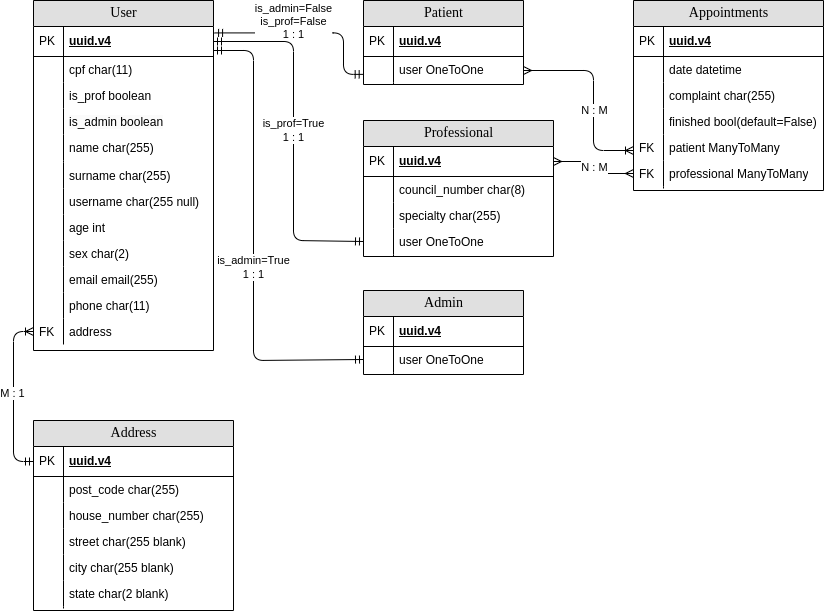
The draw.io diagram kenzie_doc_django.drawio.png in AndreKuratomi/kenzie_doc_django, before a commit. Source tidied: cells renumbered, new cells last; positions are measured from the earlier drawing's top-left corner, leaving out a move shared by most shapes.
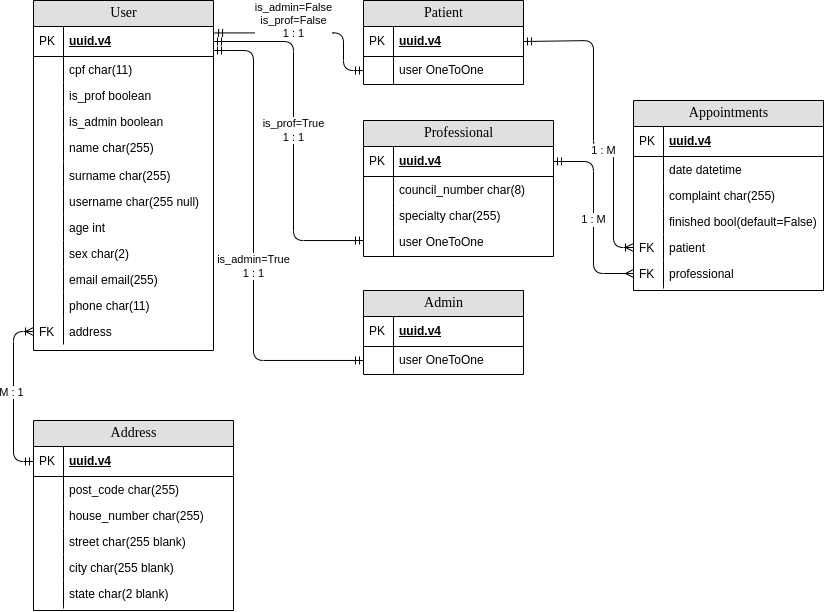
Later version of the same file.

Commit message:
docs: diagram updated. relationships with appointments updated for one to many.

Diff of the diagram source:
```diff
@@ -167,7 +167,7 @@
       <mxGeometry width="30" height="2" as="geometry" />
     </mxCell>
     <mxCell id="56" value="Appointments" style="swimlane;html=1;fontStyle=0;horizontal=1;startSize=26;fillColor=#e0e0e0;swimlaneFillColor=#ffffff;align=center;rounded=0;shadow=0;comic=0;labelBackgroundColor=none;strokeWidth=1;fontFamily=Verdana;fontSize=14;" parent="1" vertex="1">
-      <mxGeometry x="600" width="190" height="190" as="geometry" />
+      <mxGeometry x="600" y="100" width="190" height="190" as="geometry" />
     </mxCell>
     <mxCell id="57" value="uuid.v4" style="shape=partialRectangle;top=0;left=0;right=0;bottom=1;html=1;align=left;verticalAlign=middle;fillColor=none;spacingLeft=34;spacingRight=4;whiteSpace=wrap;overflow=hidden;fontStyle=5;" parent="56" vertex="1">
       <mxGeometry y="26" width="190" height="30" as="geometry" />
@@ -193,13 +193,13 @@
     <mxCell id="64" style="shape=partialRectangle;top=0;left=0;bottom=0;html=1;fillColor=none;align=left;verticalAlign=top;spacingLeft=4;spacingRight=4;whiteSpace=wrap;overflow=hidden;" parent="63" vertex="1">
       <mxGeometry width="30" height="26" as="geometry" />
     </mxCell>
-    <mxCell id="65" value="patient ManyToMany" style="shape=partialRectangle;top=0;left=0;right=0;bottom=0;html=1;align=left;verticalAlign=top;fillColor=none;spacingLeft=34;spacingRight=4;whiteSpace=wrap;overflow=hidden;points=[[0,0.5],[1,0.5]];portConstraint=eastwest;" parent="56" vertex="1">
+    <mxCell id="65" value="patient" style="shape=partialRectangle;top=0;left=0;right=0;bottom=0;html=1;align=left;verticalAlign=top;fillColor=none;spacingLeft=34;spacingRight=4;whiteSpace=wrap;overflow=hidden;points=[[0,0.5],[1,0.5]];portConstraint=eastwest;" parent="56" vertex="1">
       <mxGeometry y="134" width="190" height="26" as="geometry" />
     </mxCell>
     <mxCell id="66" value="FK" style="shape=partialRectangle;top=0;left=0;bottom=0;html=1;fillColor=none;align=left;verticalAlign=top;spacingLeft=4;spacingRight=4;whiteSpace=wrap;overflow=hidden;" parent="65" vertex="1">
       <mxGeometry width="30" height="26" as="geometry" />
     </mxCell>
-    <mxCell id="67" value="professional&amp;nbsp;ManyToMany" style="shape=partialRectangle;top=0;left=0;right=0;bottom=0;html=1;align=left;verticalAlign=top;fillColor=none;spacingLeft=34;spacingRight=4;whiteSpace=wrap;overflow=hidden;points=[[0,0.5],[1,0.5]];portConstraint=eastwest;" parent="56" vertex="1">
+    <mxCell id="67" value="professional" style="shape=partialRectangle;top=0;left=0;right=0;bottom=0;html=1;align=left;verticalAlign=top;fillColor=none;spacingLeft=34;spacingRight=4;whiteSpace=wrap;overflow=hidden;points=[[0,0.5],[1,0.5]];portConstraint=eastwest;" parent="56" vertex="1">
       <mxGeometry y="160" width="190" height="26" as="geometry" />
     </mxCell>
     <mxCell id="68" value="FK" style="shape=partialRectangle;top=0;left=0;bottom=0;html=1;fillColor=none;align=left;verticalAlign=top;spacingLeft=4;spacingRight=4;whiteSpace=wrap;overflow=hidden;" parent="67" vertex="1">
@@ -211,15 +211,15 @@
     <mxCell id="70" style="shape=partialRectangle;top=0;left=0;bottom=0;html=1;fillColor=none;align=left;verticalAlign=top;spacingLeft=4;spacingRight=4;whiteSpace=wrap;overflow=hidden;" parent="69" vertex="1">
       <mxGeometry width="30" height="2" as="geometry" />
     </mxCell>
-    <mxCell id="71" style="edgeStyle=orthogonalEdgeStyle;rounded=1;jettySize=auto;html=1;exitX=1;exitY=0.5;exitDx=0;exitDy=0;entryX=0;entryY=0.5;entryDx=0;entryDy=0;curved=0;endArrow=ERmany;endFill=0;startArrow=ERmany;startFill=0;" parent="1" edge="1" source="39" target="67">
+    <mxCell id="71" style="edgeStyle=orthogonalEdgeStyle;rounded=1;jettySize=auto;html=1;exitX=1;exitY=0.5;exitDx=0;exitDy=0;entryX=0;entryY=0.5;entryDx=0;entryDy=0;curved=0;endArrow=ERmany;endFill=0;startArrow=ERmandOne;startFill=0;" parent="1" edge="1" source="39" target="67">
       <mxGeometry relative="1" as="geometry" />
     </mxCell>
     <mxCell id="72" value="Text" style="edgeLabel;html=1;align=center;verticalAlign=middle;" parent="71" vertex="1">
       <mxGeometry x="0.02" y="-2" relative="1" as="geometry" />
     </mxCell>
-    <mxCell id="73" value="N : M" style="edgeLabel;html=1;align=center;verticalAlign=middle;" parent="71" vertex="1">
+    <mxCell id="73" value="1 : M" style="edgeLabel;html=1;align=center;verticalAlign=middle;" parent="71" vertex="1">
       <mxGeometry x="0.04" y="-2" relative="1" as="geometry">
-        <mxPoint x="2" y="-3" as="offset" />
+        <mxPoint x="2" y="-2" as="offset" />
       </mxGeometry>
     </mxCell>
     <mxCell id="74" style="edgeStyle=orthogonalEdgeStyle;rounded=1;jettySize=auto;html=1;entryX=0;entryY=0.5;entryDx=0;entryDy=0;curved=0;endArrow=ERmandOne;endFill=0;startArrow=ERmandOne;startFill=0;exitX=1;exitY=0.8;exitDx=0;exitDy=0;exitPerimeter=0;" parent="1" edge="1" source="3" target="52">
@@ -238,36 +238,36 @@
         <Array as="points">
           <mxPoint x="260" y="41" />
           <mxPoint x="260" y="240" />
+          <mxPoint x="330" y="240" />
         </Array>
       </mxGeometry>
     </mxCell>
     <mxCell id="77" value="&lt;div&gt;is_prof=True&lt;/div&gt;1 : 1" style="edgeLabel;html=1;align=center;verticalAlign=middle;" parent="1" vertex="1">
       <mxGeometry x="260" y="130" as="geometry" />
     </mxCell>
-    <mxCell id="78" style="edgeStyle=orthogonalEdgeStyle;rounded=1;jettySize=auto;html=1;entryX=-0.002;entryY=0.687;entryDx=0;entryDy=0;curved=0;endArrow=ERmandOne;endFill=0;startArrow=ERmandOne;startFill=0;exitX=1.006;exitY=0.214;exitDx=0;exitDy=0;entryPerimeter=0;exitPerimeter=0;" parent="1" edge="1" source="3" target="34">
+    <mxCell id="78" style="edgeStyle=orthogonalEdgeStyle;rounded=1;jettySize=auto;html=1;curved=0;endArrow=ERmandOne;endFill=0;startArrow=ERmandOne;startFill=0;exitX=1.006;exitY=0.214;exitDx=0;exitDy=0;exitPerimeter=0;" parent="1" edge="1" source="3" target="34">
       <mxGeometry relative="1" as="geometry">
         <Array as="points">
           <mxPoint x="310" y="32" />
-          <mxPoint x="310" y="74" />
+          <mxPoint x="310" y="70" />
         </Array>
       </mxGeometry>
     </mxCell>
     <mxCell id="79" value="&lt;div&gt;is_admin=False&lt;/div&gt;&lt;div&gt;is_prof=False&lt;/div&gt;1 : 1" style="edgeLabel;html=1;align=center;verticalAlign=middle;" parent="1" vertex="1">
       <mxGeometry x="260" y="20" as="geometry" />
     </mxCell>
-    <mxCell id="80" style="edgeStyle=orthogonalEdgeStyle;rounded=1;orthogonalLoop=1;jettySize=auto;html=1;curved=0;startArrow=ERmany;startFill=0;endArrow=ERoneToMany;endFill=0;" parent="1" edge="1">
+    <mxCell id="80" style="edgeStyle=orthogonalEdgeStyle;rounded=1;jettySize=auto;html=1;curved=0;startArrow=ERmandOne;startFill=0;endArrow=ERoneToMany;endFill=0;exitX=1;exitY=0.5;exitDx=0;exitDy=0;entryX=0;entryY=0.5;entryDx=0;entryDy=0;" parent="1" edge="1" source="32" target="65">
       <mxGeometry relative="1" as="geometry">
-        <mxPoint x="490" y="70" as="sourcePoint" />
-        <mxPoint x="600" y="150" as="targetPoint" />
         <Array as="points">
-          <mxPoint x="560" y="70" />
+          <mxPoint x="560" y="40" />
           <mxPoint x="560" y="150" />
-          <mxPoint x="600" y="150" />
+          <mxPoint x="580" y="150" />
+          <mxPoint x="580" y="247" />
         </Array>
       </mxGeometry>
     </mxCell>
-    <mxCell id="81" value="N : M" style="edgeLabel;html=1;align=center;verticalAlign=middle;" parent="1" vertex="1">
-      <mxGeometry x="560" y="110" as="geometry" />
+    <mxCell id="81" value="1 : M" style="edgeLabel;html=1;align=center;verticalAlign=middle;" parent="1" vertex="1">
+      <mxGeometry x="570" y="150" as="geometry" />
     </mxCell>
     <mxCell id="82" value="Address" style="swimlane;html=1;fontStyle=0;horizontal=1;startSize=26;fillColor=#e0e0e0;swimlaneFillColor=#ffffff;align=center;rounded=0;shadow=0;comic=0;labelBackgroundColor=none;strokeWidth=1;fontFamily=Verdana;fontSize=14;" parent="1" vertex="1">
       <mxGeometry y="420" width="200" height="190" as="geometry" />
```
